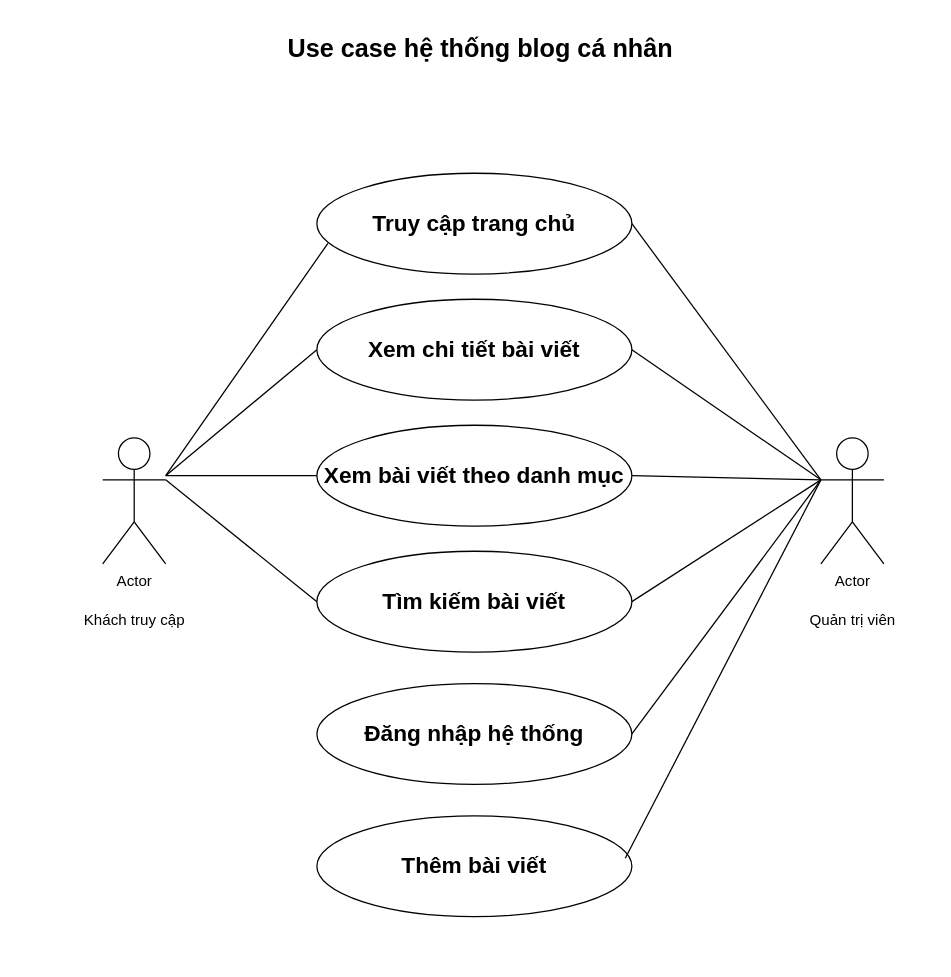
Before: Biểu đồ không có tiêu đề.drawio in minhtienth15/mynote, a draw.io diagram. Source tidied: cells renumbered, new cells numbered last; positions are measured from the earlier drawing's top-left corner, leaving out a move shared by most shapes. Both pictures are drawn from the tidied source at 126%, with x=0, y=0 at pixel (71, 21).
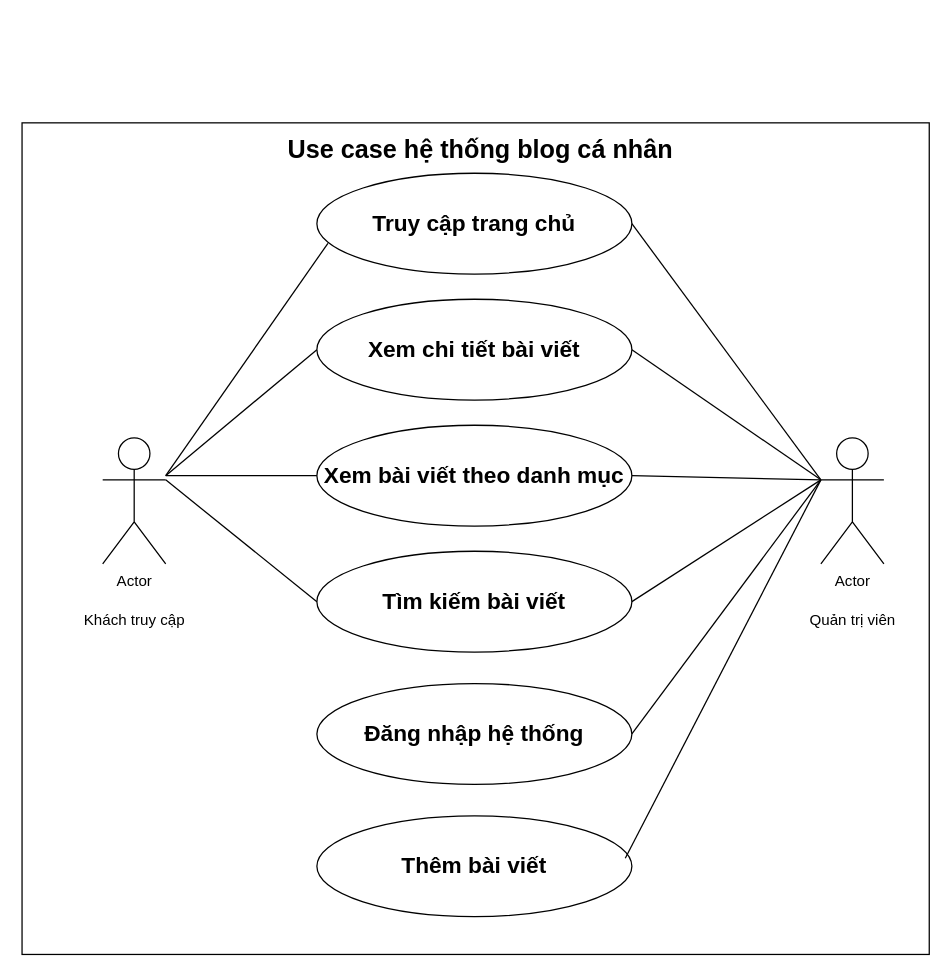
Above is the later version.

Commit message (it also covers changes not shown here):
Cập nhật Biểu đồ không có tiêu đề.drawio

What changed in the source:
```diff
@@
     <mxCell id="14" value="&lt;b&gt;Use case hệ thống blog cá nhân&lt;/b&gt;" style="text;html=1;align=center;verticalAlign=middle;whiteSpace=wrap;rounded=0;fontSize=20;" parent="1" vertex="1">
-      <mxGeometry x="5" width="640" height="40" as="geometry" />
+      <mxGeometry x="5" y="80" width="640" height="40" as="geometry" />
     </mxCell>
@@
+    <mxCell id="23" style="rounded=0;whiteSpace=wrap;html=1;fillColor=none;" parent="1" vertex="1">
+      <mxGeometry x="-39" y="80" width="720" height="660" as="geometry" />
+    </mxCell>
```
